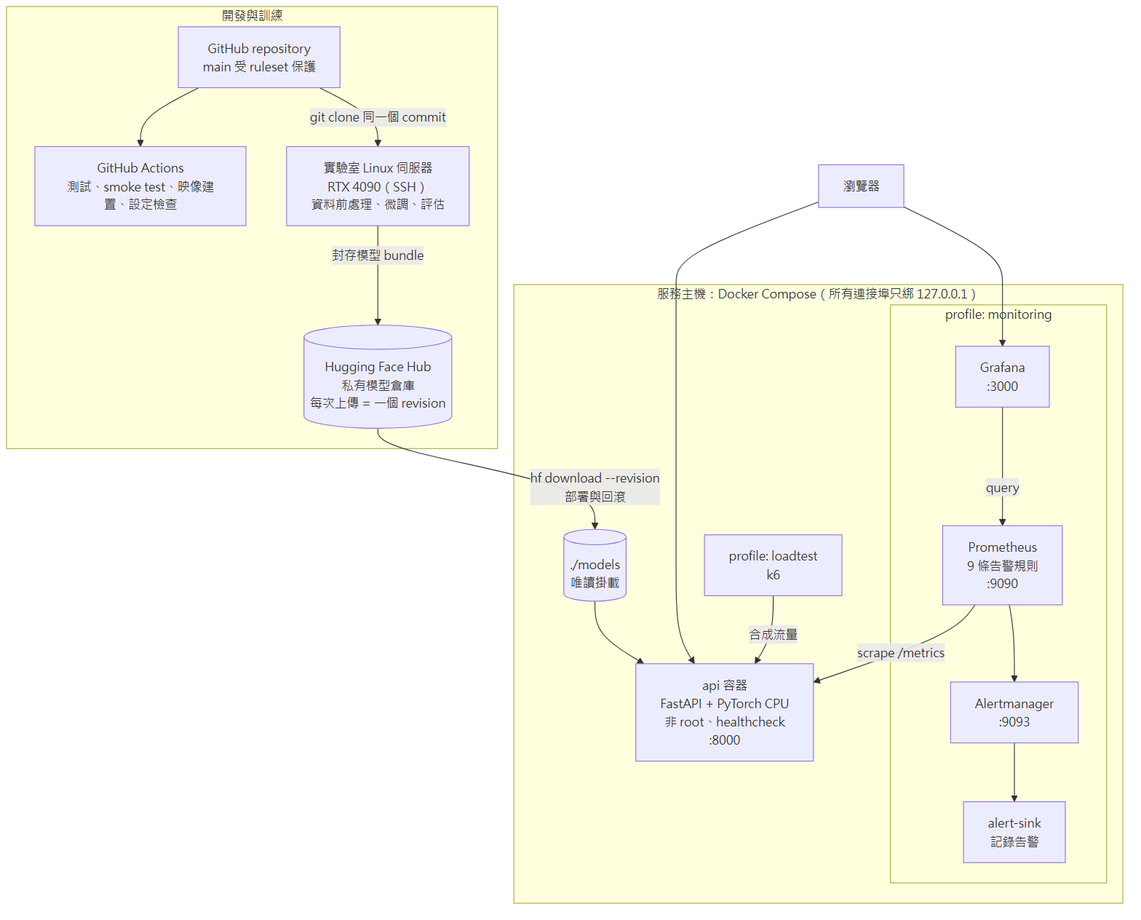
show20130831/Medical-Specialty-Triage-System keeps this Mermaid diagram as docs/diagrams/output/2-deployment-architecture.png. Above is the earlier version. Its source is kept beside it as docs/diagrams/src/2-deployment-architecture.mmd.
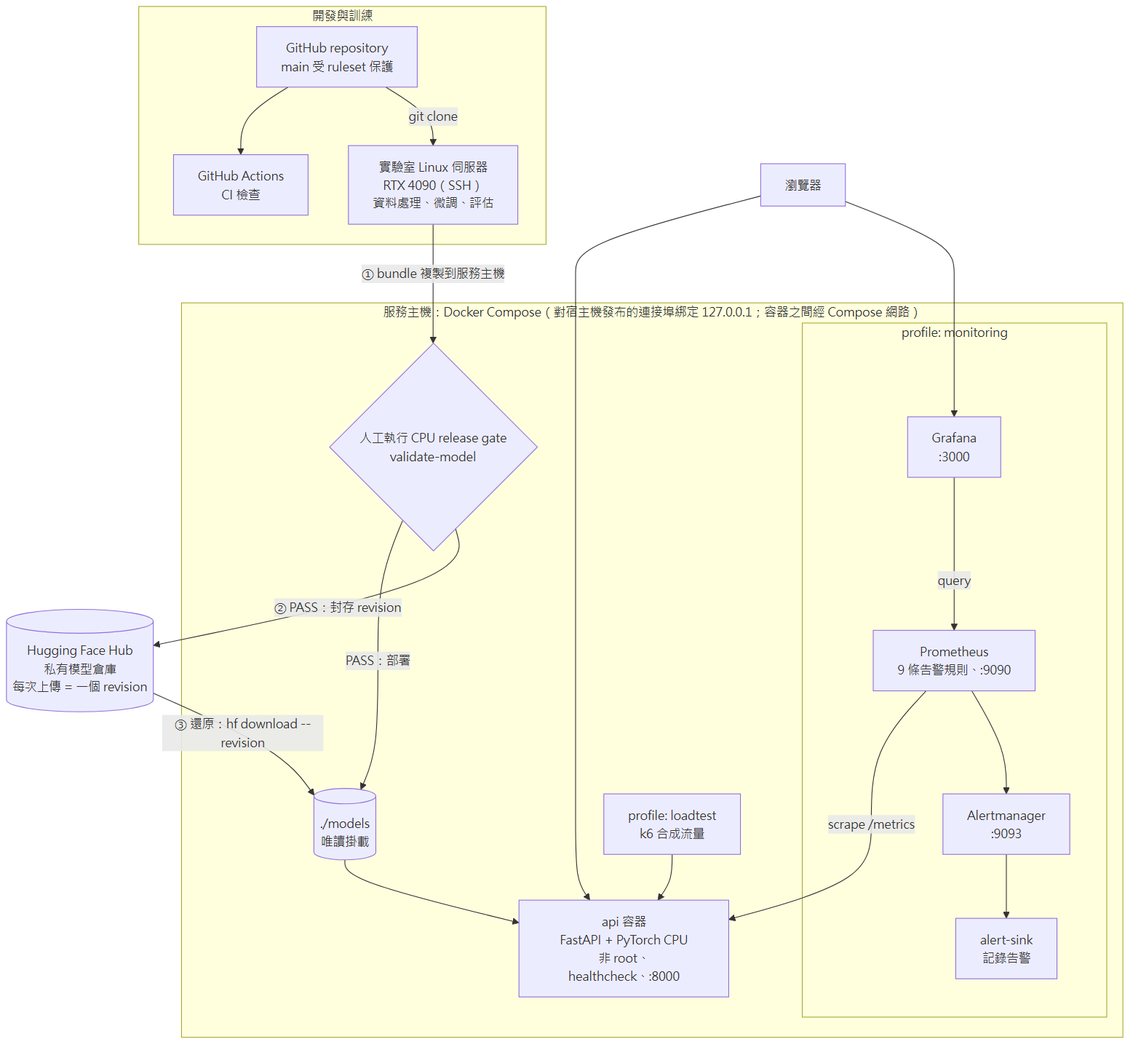
The same file after the commit.

Change to the diagram source:
```diff
@@ -2,32 +2,36 @@
     subgraph dev["開發與訓練"]
         direction LR
         gh["GitHub repository<br/>main 受 ruleset 保護"]
-        ci["GitHub Actions<br/>測試、smoke test、映像建置、設定檢查"]
-        gpu["實驗室 Linux 伺服器<br/>RTX 4090（SSH）<br/>資料前處理、微調、評估"]
-        hf[("Hugging Face Hub<br/>私有模型倉庫<br/>每次上傳 = 一個 revision")]
+        ci["GitHub Actions<br/>CI 檢查"]
+        gpu["實驗室 Linux 伺服器<br/>RTX 4090（SSH）<br/>資料處理、微調、評估"]
         gh --> ci
-        gh -- "git clone 同一個 commit" --> gpu
-        gpu -- "封存模型 bundle" --> hf
+        gh -- "git clone" --> gpu
     end
 
-    subgraph host["服務主機：Docker Compose（所有連接埠只綁 127.0.0.1）"]
-        direction LR
-        api["api 容器<br/>FastAPI + PyTorch CPU<br/>非 root、healthcheck<br/>:8000"]
+    hf[("Hugging Face Hub<br/>私有模型倉庫<br/>每次上傳 = 一個 revision")]
+
+    subgraph host["服務主機：Docker Compose（對宿主機發布的連接埠綁定 127.0.0.1；容器之間經 Compose 網路）"]
+        direction TB
+        gate{"人工執行 CPU release gate<br/>validate-model"}
         models[("./models<br/>唯讀掛載")]
+        api["api 容器<br/>FastAPI + PyTorch CPU<br/>非 root、healthcheck、:8000"]
         subgraph mon["profile: monitoring"]
-            prom["Prometheus<br/>9 條告警規則<br/>:9090"]
+            direction LR
+            prom["Prometheus<br/>9 條告警規則、:9090"]
             am["Alertmanager<br/>:9093"]
             sink["alert-sink<br/>記錄告警"]
             graf["Grafana<br/>:3000"]
         end
-        k6["profile: loadtest<br/>k6"]
-        models --> api
+        k6["profile: loadtest<br/>k6 合成流量"]
+        gate -- "PASS：部署" --> models --> api
         prom -- "scrape /metrics" --> api
         prom --> am --> sink
         graf -- "query" --> prom
-        k6 -- "合成流量" --> api
+        k6 --> api
     end
 
-    hf -- "hf download --revision<br/>部署與回滾" --> models
+    gpu -- "① bundle 複製到服務主機" --> gate
+    gate -- "② PASS：封存 revision" --> hf
+    hf -- "③ 還原：hf download --revision" --> models
     browser["瀏覽器"] --> api
     browser --> graf
```
